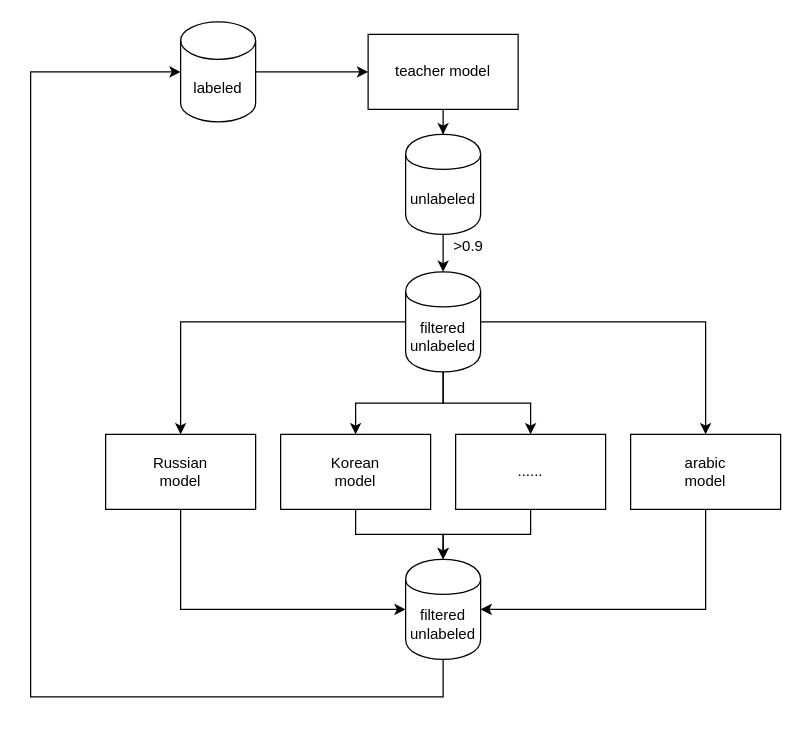
The draw.io diagram arch.drawio in fpcsong/diagram, before the edit. Source tidied: cells renumbered, new cells numbered last; positions are measured from the earlier drawing's top-left corner, leaving out a move shared by most shapes. Both pictures are drawn from the tidied source at 125%, with x=0, y=0 at pixel (30, 21).
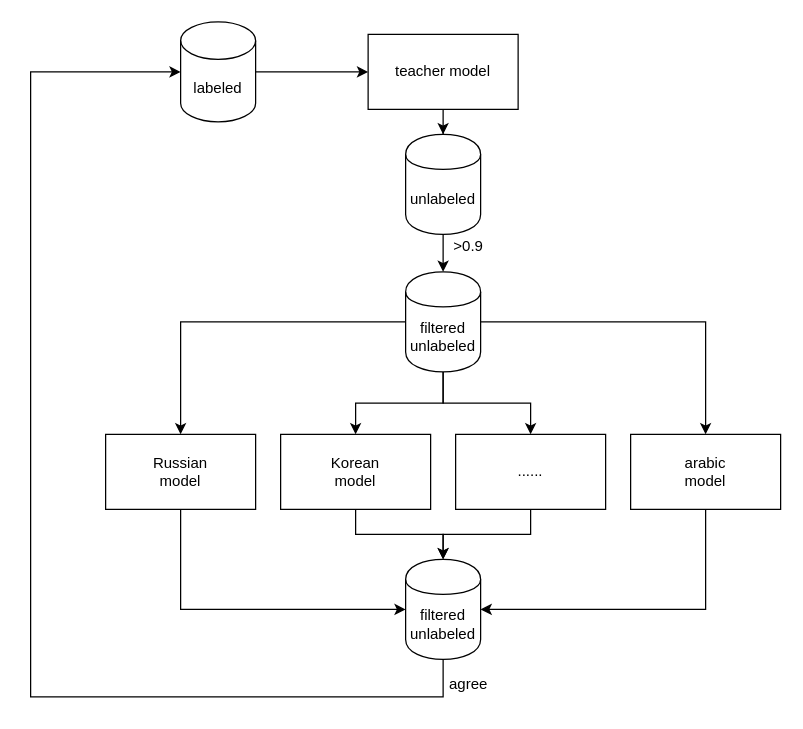
After the change.

The edit, as a diff of the source:
```diff
@@
+    <mxCell id="24" value="agree" style="text;html=1;align=center;verticalAlign=middle;" parent="1" vertex="1">
+      <mxGeometry x="325" y="520" width="50" height="20" as="geometry" />
+    </mxCell>
```
